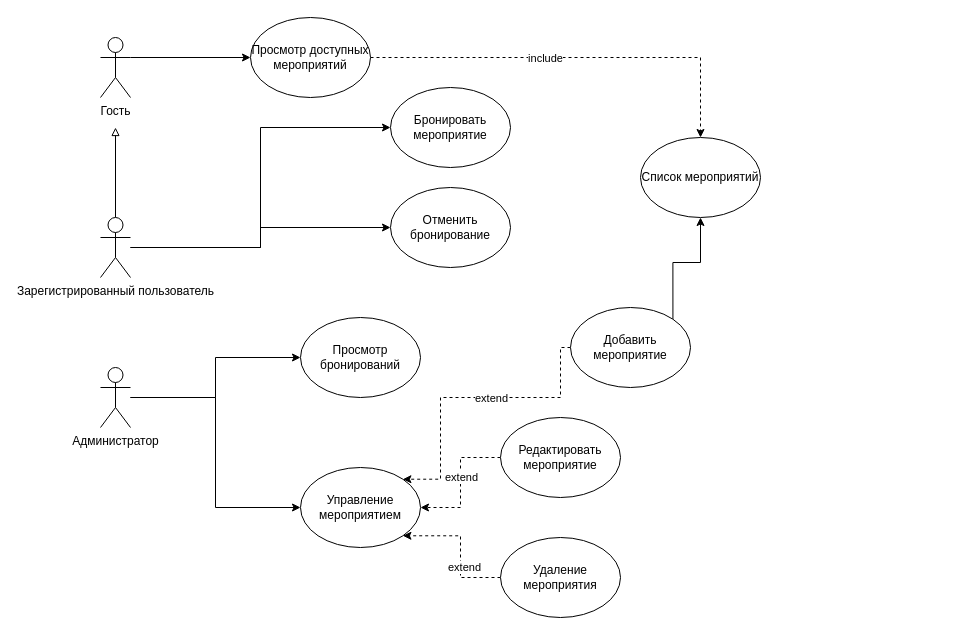
The draw.io diagram prac13.1-3/prac13.2.drawio in Damirmgg/Design-Patterns-Practice13, before the edit. Source tidied: cells renumbered, new cells numbered last; positions are measured from the earlier drawing's top-left corner, leaving out a move shared by most shapes. Both pictures are drawn from the tidied source at 100%, with x=0, y=0 at pixel (100, 17).
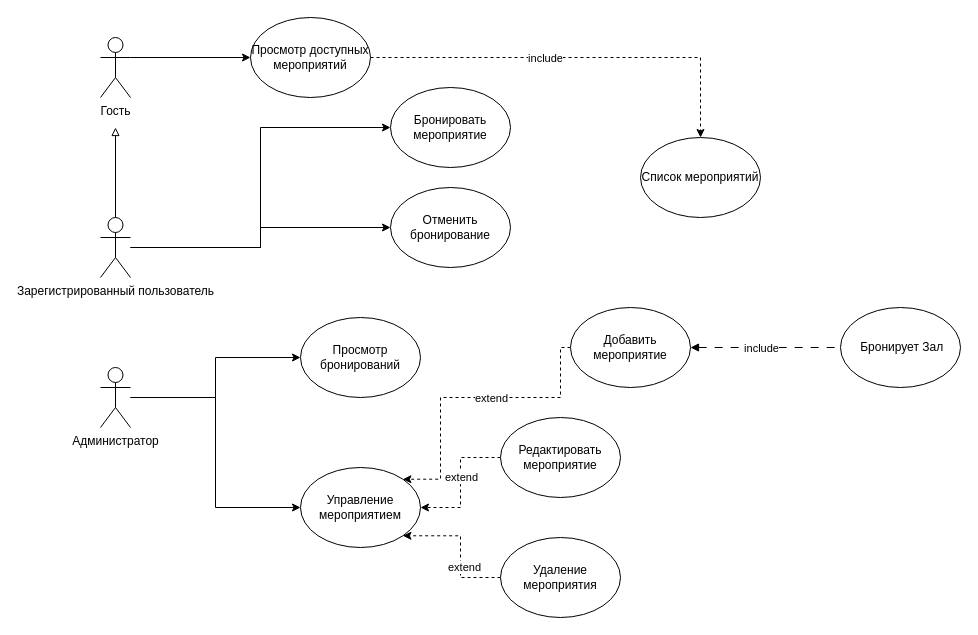
The same diagram, later.

Unchanged cells that the change refers to:
```xml
<mxCell id="21" value="Добавить мероприятие" style="ellipse;whiteSpace=wrap;html=1;" parent="1" vertex="1">
  <mxGeometry x="470" y="290" width="120" height="80" as="geometry" />
</mxCell>
<mxCell id="28" value="Список мероприятий" style="ellipse;whiteSpace=wrap;html=1;" parent="1" vertex="1">
  <mxGeometry x="540" y="120" width="120" height="80" as="geometry" />
</mxCell>
```

Diff of the diagram source:
```diff
@@
-    <mxCell id="20" style="edgeStyle=orthogonalEdgeStyle;rounded=0;jettySize=auto;html=1;exitX=1;exitY=0;exitDx=0;exitDy=0;entryX=0.5;entryY=1;entryDx=0;entryDy=0;" parent="1" edge="1" source="21" target="28">
-      <mxGeometry relative="1" as="geometry" />
-    </mxCell>
+    <mxCell id="29" style="edgeStyle=orthogonalEdgeStyle;rounded=0;jettySize=auto;html=1;dashed=1;dashPattern=8 8;startArrow=block;startFill=1;endArrow=none;endFill=0;" parent="1" edge="1" source="21" target="31">
+      <mxGeometry relative="1" as="geometry" />
+    </mxCell>
+    <mxCell id="30" value="include" style="edgeLabel;html=1;align=center;verticalAlign=middle;" parent="29" vertex="1">
+      <mxGeometry x="-0.24" y="-2" relative="1" as="geometry">
+        <mxPoint x="13" y="-2" as="offset" />
+      </mxGeometry>
+    </mxCell>
@@
+    <mxCell id="31" value="&amp;nbsp;Бронирует Зал" style="ellipse;whiteSpace=wrap;html=1;" parent="1" vertex="1">
+      <mxGeometry x="740" y="290" width="120" height="80" as="geometry" />
+    </mxCell>
```
